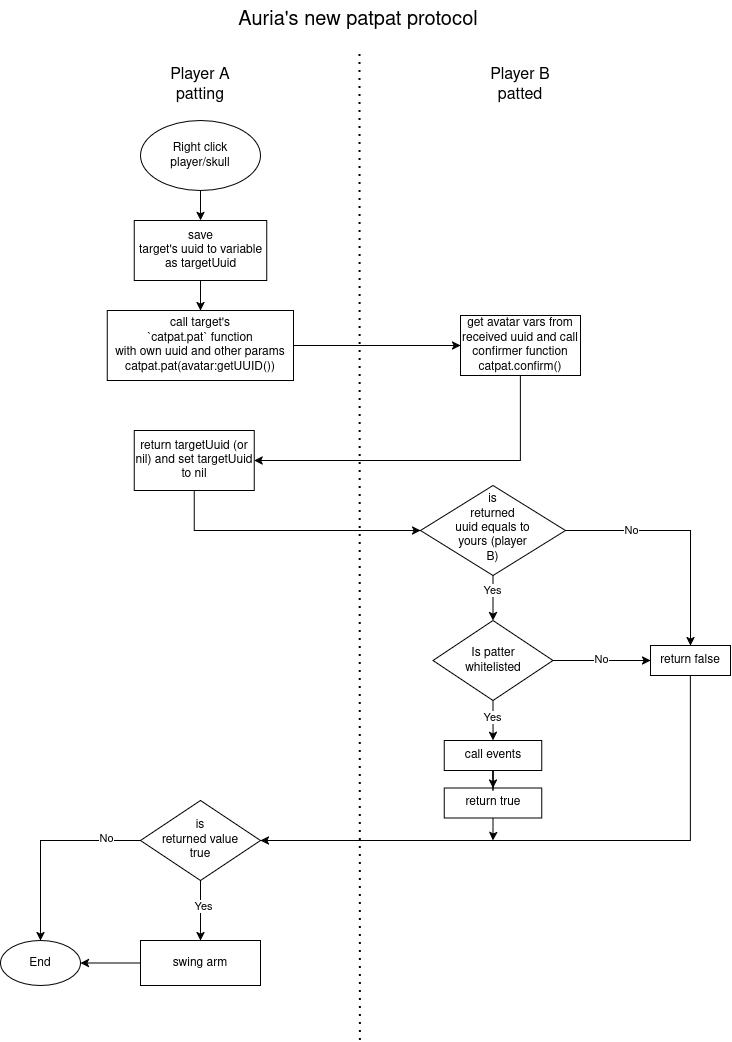
Earlier version of the draw.io export auriapat/flowchart.png (lua-gods/figura-libraries). Source tidied: cells renumbered, new cells last; positions are measured from the earlier drawing's top-left corner, leaving out a move shared by most shapes.
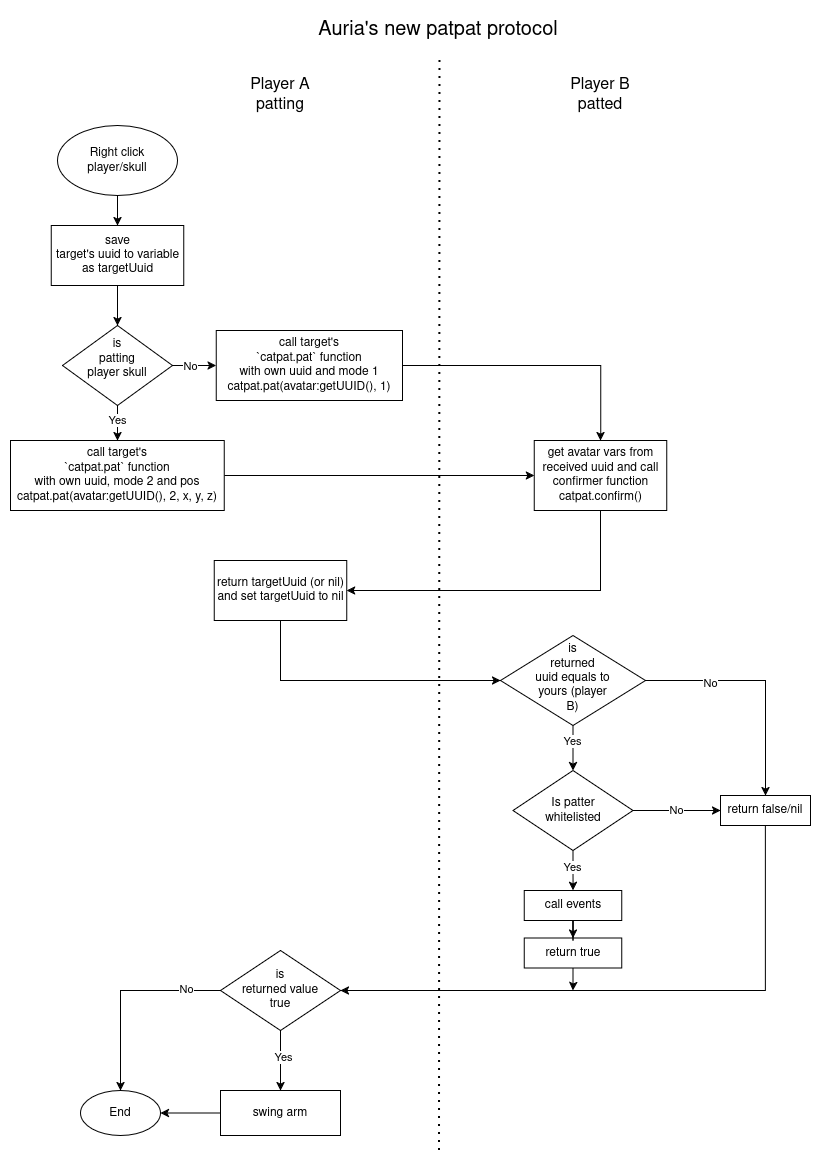
After the change.

What changed in the source:
```diff
@@ -6,27 +6,27 @@
       <mxGeometry relative="1" as="geometry" />
     </mxCell>
     <mxCell id="3" value="Right click&lt;br&gt;player/skull" style="ellipse;whiteSpace=wrap;html=1;shapeInside=1;" parent="1" vertex="1">
-      <mxGeometry x="140" y="120" width="120" height="70" as="geometry" />
+      <mxGeometry x="-23.1" y="115" width="120" height="70" as="geometry" />
     </mxCell>
     <mxCell id="4" style="edgeStyle=orthogonalEdgeStyle;rounded=0;jettySize=auto;html=1;" parent="1" edge="1" source="5" target="7">
       <mxGeometry relative="1" as="geometry" />
     </mxCell>
-    <mxCell id="5" value="&lt;div&gt;call target's&lt;/div&gt;&lt;div&gt;`catpat.pat` function&lt;br&gt;with own uuid and other params&lt;/div&gt;&lt;div&gt;catpat.pat(avatar:getUUID())&lt;/div&gt;" style="whiteSpace=wrap;html=1;" parent="1" vertex="1">
-      <mxGeometry x="106.9" y="310" width="186.2" height="70" as="geometry" />
+    <mxCell id="5" value="&lt;div&gt;call target's&lt;/div&gt;&lt;div&gt;`catpat.pat` function&lt;br&gt;with own uuid and mode 1&lt;/div&gt;&lt;div&gt;catpat.pat(avatar:getUUID(), 1)&lt;/div&gt;" style="whiteSpace=wrap;html=1;" parent="1" vertex="1">
+      <mxGeometry x="135.6" y="320" width="186.2" height="70" as="geometry" />
     </mxCell>
     <mxCell id="6" style="edgeStyle=orthogonalEdgeStyle;rounded=0;jettySize=auto;html=1;entryX=1;entryY=0.5;entryDx=0;entryDy=0;" parent="1" edge="1" source="7" target="19">
       <mxGeometry x="0.01" relative="1" as="geometry">
         <Array as="points">
-          <mxPoint x="520" y="460" />
+          <mxPoint x="520" y="580" />
         </Array>
       </mxGeometry>
     </mxCell>
     <mxCell id="7" value="&lt;div&gt;get avatar vars from received uuid and call&lt;/div&gt;&lt;div&gt;confirmer function catpat.confirm()&lt;/div&gt;" style="whiteSpace=wrap;html=1;" parent="1" vertex="1">
-      <mxGeometry x="460" y="315" width="120" height="60" as="geometry" />
+      <mxGeometry x="453.8" y="430" width="132.5" height="70" as="geometry" />
     </mxCell>
     <mxCell id="8" style="endArrow=none;dashed=1;html=1;dashPattern=1 3;strokeWidth=2;rounded=0;" parent="1" edge="1">
       <mxGeometry relative="1" as="geometry">
-        <mxPoint x="359.9" y="1040" as="sourcePoint" />
+        <mxPoint x="359" y="1140" as="sourcePoint" />
         <mxPoint x="359.5" y="50" as="targetPoint" />
       </mxGeometry>
     </mxCell>
@@ -36,11 +36,11 @@
     <mxCell id="10" value="&lt;div&gt;&lt;font style=&quot;font-size: 16px;&quot;&gt;Player B&lt;/font&gt;&lt;/div&gt;&lt;div&gt;&lt;font style=&quot;font-size: 16px;&quot;&gt;patted&lt;/font&gt;&lt;/div&gt;" style="text;html=1;whiteSpace=wrap;strokeColor=none;fillColor=none;align=center;verticalAlign=middle;rounded=0;" parent="1" vertex="1">
       <mxGeometry x="465" y="55" width="110" height="60" as="geometry" />
     </mxCell>
-    <mxCell id="11" style="edgeStyle=orthogonalEdgeStyle;rounded=0;jettySize=auto;html=1;" parent="1" edge="1" source="12" target="5">
-      <mxGeometry relative="1" as="geometry" />
-    </mxCell>
+    <mxCell id="40" style="edgeStyle=orthogonalEdgeStyle;rounded=0;jettySize=auto;html=1;" parent="1" edge="1" source="12" target="45">
+      <mxGeometry relative="1" as="geometry" />
+    </mxCell>
     <mxCell id="12" value="&lt;div&gt;save&lt;/div&gt;&lt;div&gt;target's uuid to variable as targetUuid&lt;/div&gt;" style="whiteSpace=wrap;html=1;" parent="1" vertex="1">
-      <mxGeometry x="133.8" y="220" width="132.5" height="60" as="geometry" />
+      <mxGeometry x="-29.4" y="215" width="132.5" height="60" as="geometry" />
     </mxCell>
     <mxCell id="13" style="edgeStyle=orthogonalEdgeStyle;rounded=0;jettySize=auto;html=1;" parent="1" edge="1" source="17" target="24">
       <mxGeometry relative="1" as="geometry" />
@@ -57,17 +57,17 @@
       </mxGeometry>
     </mxCell>
     <mxCell id="17" value="is returned uuid equals to yours (player B)" style="rhombus;whiteSpace=wrap;html=1;shapeInside=1;" parent="1" vertex="1">
-      <mxGeometry x="420" y="485" width="145" height="90" as="geometry" />
+      <mxGeometry x="420" y="625" width="145" height="90" as="geometry" />
     </mxCell>
-    <mxCell id="18" style="edgeStyle=orthogonalEdgeStyle;rounded=0;jettySize=auto;html=1;entryX=0;entryY=0.5;entryDx=0;entryDy=0;" parent="1" edge="1" source="19" target="17">
-      <mxGeometry relative="1" as="geometry">
+    <mxCell id="18" style="edgeStyle=orthogonalEdgeStyle;rounded=0;jettySize=auto;html=1;" parent="1" edge="1" source="19" target="17">
+      <mxGeometry x="0.07" relative="1" as="geometry">
         <Array as="points">
-          <mxPoint x="193.8" y="530" />
+          <mxPoint x="200.1" y="670" />
         </Array>
       </mxGeometry>
     </mxCell>
     <mxCell id="19" value="return targetUuid (or nil) and set&amp;nbsp;targetUuid to nil" style="whiteSpace=wrap;html=1;" parent="1" vertex="1">
-      <mxGeometry x="133.8" y="430" width="120" height="60" as="geometry" />
+      <mxGeometry x="133.8" y="550" width="132.5" height="60" as="geometry" />
     </mxCell>
     <mxCell id="20" style="edgeStyle=orthogonalEdgeStyle;rounded=0;jettySize=auto;html=1;" parent="1" edge="1" source="24" target="26">
       <mxGeometry relative="1" as="geometry" />
@@ -84,30 +84,30 @@
       </mxGeometry>
     </mxCell>
     <mxCell id="24" value="Is patter whitelisted" style="rhombus;whiteSpace=wrap;html=1;shapeInside=1;" parent="1" vertex="1">
-      <mxGeometry x="432.5" y="620" width="120" height="80" as="geometry" />
+      <mxGeometry x="432.5" y="760" width="120" height="80" as="geometry" />
     </mxCell>
     <mxCell id="25" style="edgeStyle=orthogonalEdgeStyle;rounded=0;jettySize=auto;html=1;" parent="1" edge="1" source="26" target="33">
-      <mxGeometry relative="1" as="geometry">
+      <mxGeometry x="-0.01" relative="1" as="geometry">
         <Array as="points">
-          <mxPoint x="690" y="840" />
+          <mxPoint x="685" y="980" />
         </Array>
       </mxGeometry>
     </mxCell>
-    <mxCell id="26" value="return false" style="whiteSpace=wrap;html=1;" parent="1" vertex="1">
-      <mxGeometry x="650" y="645" width="80" height="30" as="geometry" />
+    <mxCell id="26" value="return false/nil" style="whiteSpace=wrap;html=1;" parent="1" vertex="1">
+      <mxGeometry x="640" y="785" width="90" height="30" as="geometry" />
     </mxCell>
     <mxCell id="27" style="edgeStyle=orthogonalEdgeStyle;rounded=0;jettySize=auto;html=1;" parent="1" edge="1" source="28">
       <mxGeometry relative="1" as="geometry">
-        <mxPoint x="492.5" y="840" as="targetPoint" />
+        <mxPoint x="492.5" y="980" as="targetPoint" />
       </mxGeometry>
     </mxCell>
     <mxCell id="28" value="return true" style="whiteSpace=wrap;html=1;" parent="1" vertex="1">
-      <mxGeometry x="443.8" y="787.5" width="97.5" height="30" as="geometry" />
+      <mxGeometry x="443.8" y="927.5" width="97.5" height="30" as="geometry" />
     </mxCell>
     <mxCell id="29" style="edgeStyle=orthogonalEdgeStyle;rounded=0;jettySize=auto;html=1;" parent="1" edge="1" source="33" target="34">
       <mxGeometry x="-0.64" relative="1" as="geometry">
         <Array as="points">
-          <mxPoint x="40" y="840" />
+          <mxPoint x="40" y="980" />
         </Array>
       </mxGeometry>
     </mxCell>
@@ -121,25 +121,56 @@
       <mxGeometry x="-0.13" y="2" relative="1" as="geometry" />
     </mxCell>
     <mxCell id="33" value="is returned value true" style="rhombus;whiteSpace=wrap;html=1;shapeInside=1;" parent="1" vertex="1">
-      <mxGeometry x="140" y="800" width="120" height="80" as="geometry" />
+      <mxGeometry x="140" y="940" width="120" height="80" as="geometry" />
     </mxCell>
     <mxCell id="34" value="End" style="ellipse;whiteSpace=wrap;html=1;shapeInside=1;" parent="1" vertex="1">
-      <mxGeometry y="940" width="80" height="45" as="geometry" />
+      <mxGeometry y="1080" width="80" height="45" as="geometry" />
     </mxCell>
     <mxCell id="35" style="edgeStyle=orthogonalEdgeStyle;rounded=0;jettySize=auto;html=1;" parent="1" edge="1" source="36" target="34">
       <mxGeometry relative="1" as="geometry" />
     </mxCell>
     <mxCell id="36" value="swing arm" style="whiteSpace=wrap;html=1;" parent="1" vertex="1">
-      <mxGeometry x="140" y="940" width="120" height="45" as="geometry" />
+      <mxGeometry x="140" y="1080" width="120" height="45" as="geometry" />
     </mxCell>
     <mxCell id="37" style="edgeStyle=orthogonalEdgeStyle;rounded=0;jettySize=auto;html=1;" parent="1" edge="1" source="38" target="28">
       <mxGeometry relative="1" as="geometry" />
     </mxCell>
     <mxCell id="38" value="call events" style="whiteSpace=wrap;html=1;" parent="1" vertex="1">
-      <mxGeometry x="443.8" y="740" width="97.5" height="30" as="geometry" />
+      <mxGeometry x="443.8" y="880" width="97.5" height="30" as="geometry" />
     </mxCell>
     <mxCell id="39" value="&lt;font style=&quot;font-size: 20px;&quot;&gt;Auria's new patpat protocol&lt;/font&gt;" style="text;html=1;whiteSpace=wrap;strokeColor=none;fillColor=none;align=center;verticalAlign=middle;rounded=0;" parent="1" vertex="1">
       <mxGeometry x="230" width="256.2" height="40" as="geometry" />
     </mxCell>
+    <mxCell id="41" style="edgeStyle=orthogonalEdgeStyle;rounded=0;jettySize=auto;html=1;" parent="1" edge="1" source="45" target="47">
+      <mxGeometry relative="1" as="geometry" />
+    </mxCell>
+    <mxCell id="42" value="Yes" style="edgeLabel;html=1;align=center;verticalAlign=middle;" parent="41" vertex="1">
+      <mxGeometry x="-0.15" relative="1" as="geometry">
+        <mxPoint y="-4" as="offset" />
+      </mxGeometry>
+    </mxCell>
+    <mxCell id="43" style="edgeStyle=orthogonalEdgeStyle;rounded=0;jettySize=auto;html=1;" parent="1" edge="1" source="45" target="5">
+      <mxGeometry relative="1" as="geometry" />
+    </mxCell>
+    <mxCell id="44" value="No" style="edgeLabel;html=1;align=center;verticalAlign=middle;" parent="43" vertex="1">
+      <mxGeometry relative="1" as="geometry">
+        <mxPoint x="-4" as="offset" />
+      </mxGeometry>
+    </mxCell>
+    <mxCell id="45" value="is patting player skull" style="rhombus;whiteSpace=wrap;html=1;shapeInside=1;" parent="1" vertex="1">
+      <mxGeometry x="-18.1" y="315" width="110" height="80" as="geometry" />
+    </mxCell>
+    <mxCell id="46" style="edgeStyle=orthogonalEdgeStyle;rounded=0;jettySize=auto;html=1;" parent="1" edge="1" source="47" target="7">
+      <mxGeometry relative="1" as="geometry" />
+    </mxCell>
+    <mxCell id="47" value="&lt;div&gt;call target's&lt;/div&gt;&lt;div&gt;`catpat.pat` function&lt;br&gt;with own uuid, mode 2 and pos&lt;/div&gt;&lt;div&gt;catpat.pat(avatar:getUUID(), 2, x, y, z)&lt;/div&gt;" style="whiteSpace=wrap;html=1;" parent="1" vertex="1">
+      <mxGeometry x="-70" y="430" width="213.8" height="70" as="geometry" />
+    </mxCell>
+    <mxCell id="48" value="&amp;nbsp;" style="text;html=1;whiteSpace=wrap;strokeColor=none;fillColor=none;align=center;verticalAlign=middle;rounded=0;" parent="1" vertex="1">
+      <mxGeometry x="-80" y="-10" width="30" height="30" as="geometry" />
+    </mxCell>
+    <mxCell id="49" value="&amp;nbsp;" style="text;html=1;whiteSpace=wrap;strokeColor=none;fillColor=none;align=center;verticalAlign=middle;rounded=0;" parent="1" vertex="1">
+      <mxGeometry x="710" y="1110" width="30" height="30" as="geometry" />
+    </mxCell>
   </root>
 </mxGraphModel>
```
